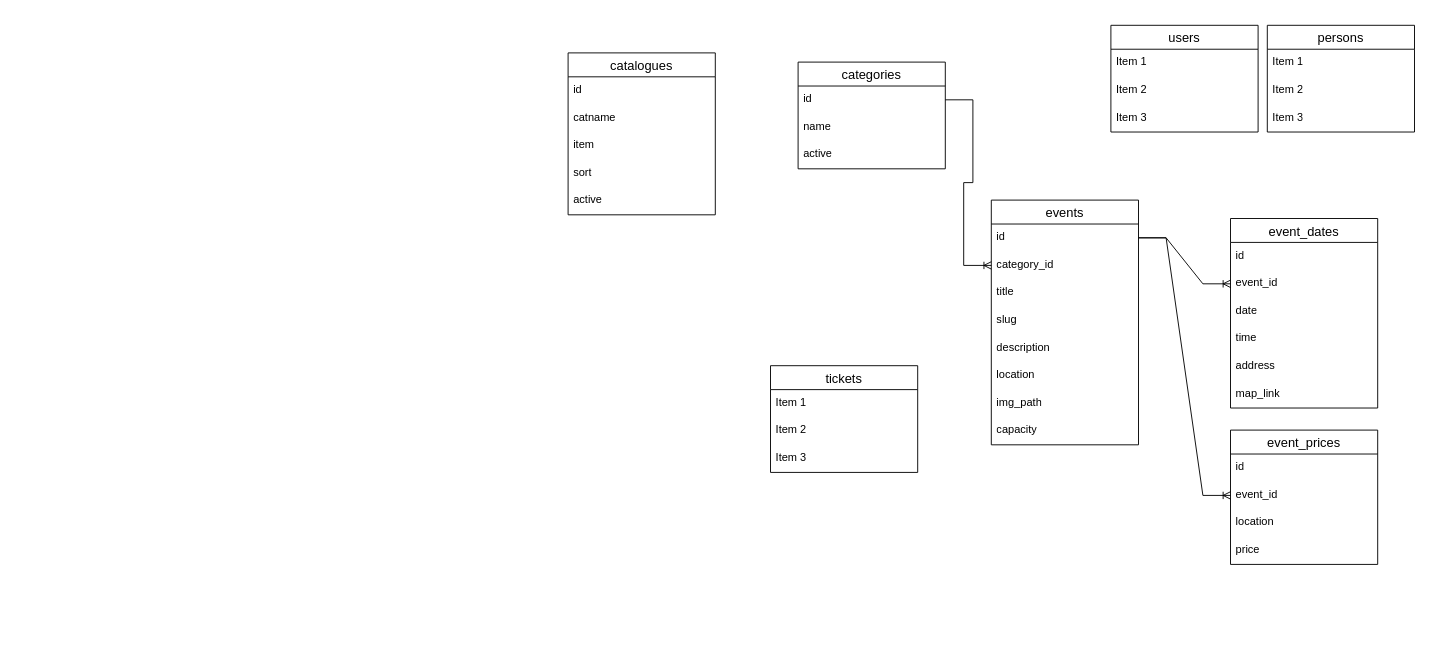
Before: tickets.drawio in programwoft/test-repo, a draw.io diagram. Source tidied: cells renumbered, new cells numbered last; positions are measured from the earlier drawing's top-left corner, leaving out a move shared by most shapes. Both pictures are drawn from the tidied source at 92%, with x=0, y=0 at pixel (568, 25).
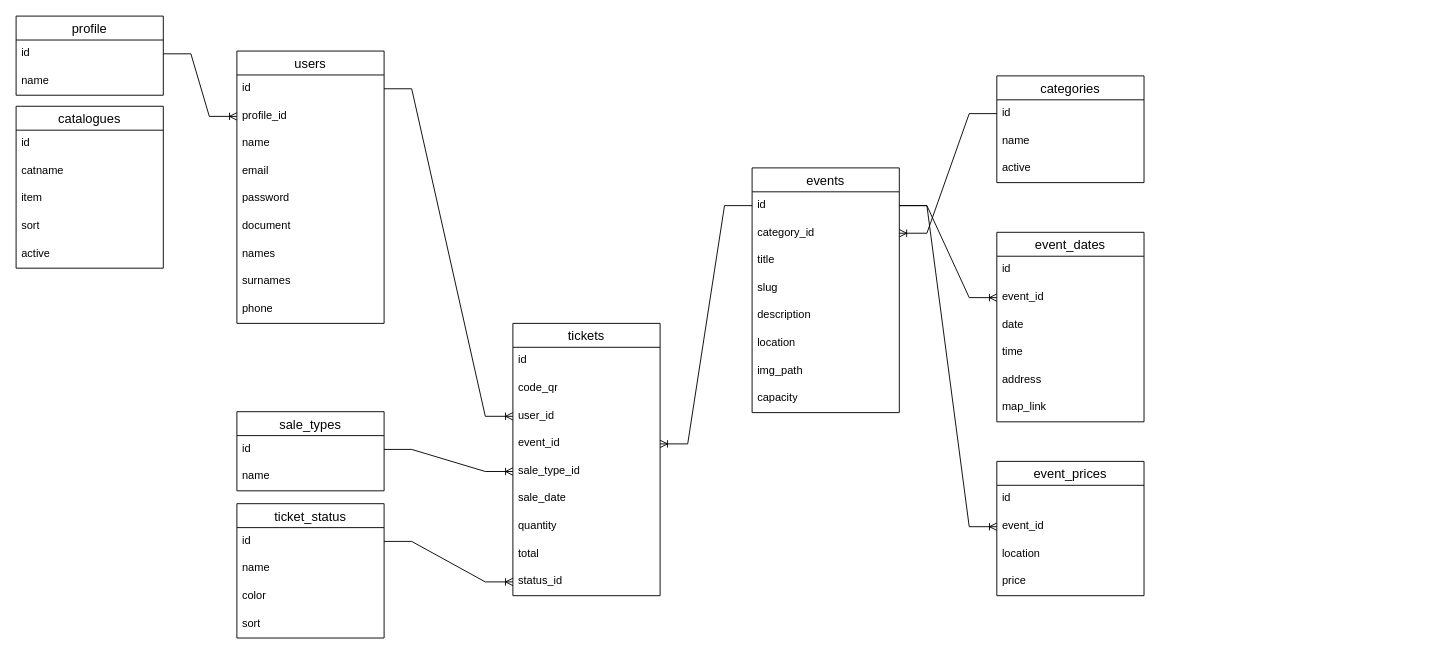
The same page after the edit.

Commit message:
Nuevas tablas

Unchanged cells that the change refers to:
```xml
<mxCell id="11" value="id" style="text;strokeColor=none;fillColor=none;spacingLeft=4;spacingRight=4;overflow=hidden;points=[[0,0.5],[1,0.5]];portConstraint=eastwest;fontSize=12;whiteSpace=wrap;html=1;" parent="10" vertex="1">
  <mxGeometry y="26" width="160" height="30" as="geometry" />
</mxCell>
```

The edit, as a diff of the source:
```diff
@@
     <mxCell id="2" value="users" style="swimlane;fontStyle=0;horizontal=1;startSize=26;align=center;fontSize=14;" parent="1" vertex="1">
-      <mxGeometry x="590" width="160" height="116" as="geometry" />
+      <mxGeometry x="-360" y="28" width="160" height="296" as="geometry" />
     </mxCell>
-    <mxCell id="3" value="Item 1" style="text;strokeColor=none;fillColor=none;spacingLeft=4;spacingRight=4;overflow=hidden;points=[[0,0.5],[1,0.5]];portConstraint=eastwest;fontSize=12;whiteSpace=wrap;html=1;" parent="2" vertex="1">
+    <mxCell id="3" value="id" style="text;strokeColor=none;fillColor=none;spacingLeft=4;spacingRight=4;overflow=hidden;points=[[0,0.5],[1,0.5]];portConstraint=eastwest;fontSize=12;whiteSpace=wrap;html=1;" parent="2" vertex="1">
       <mxGeometry y="26" width="160" height="30" as="geometry" />
     </mxCell>
+    <mxCell id="48" value="profile_id" style="text;strokeColor=none;fillColor=none;spacingLeft=4;spacingRight=4;overflow=hidden;points=[[0,0.5],[1,0.5]];portConstraint=eastwest;fontSize=12;whiteSpace=wrap;html=1;" parent="2" vertex="1">
+      <mxGeometry y="56" width="160" height="30" as="geometry" />
+    </mxCell>
-    <mxCell id="4" value="Item 2" style="text;strokeColor=none;fillColor=none;spacingLeft=4;spacingRight=4;overflow=hidden;fontSize=12;whiteSpace=wrap;html=1;" parent="2" vertex="1">
-      <mxGeometry y="56" width="160" height="30" as="geometry" />
+    <mxCell id="4" value="name" style="text;strokeColor=none;fillColor=none;spacingLeft=4;spacingRight=4;overflow=hidden;fontSize=12;whiteSpace=wrap;html=1;" parent="2" vertex="1">
+      <mxGeometry y="86" width="160" height="30" as="geometry" />
     </mxCell>
-    <mxCell id="5" value="Item 3" style="text;strokeColor=none;fillColor=none;spacingLeft=4;spacingRight=4;overflow=hidden;fontSize=12;whiteSpace=wrap;html=1;" parent="2" vertex="1">
-      <mxGeometry y="86" width="160" height="30" as="geometry" />
+    <mxCell id="5" value="email" style="text;strokeColor=none;fillColor=none;spacingLeft=4;spacingRight=4;overflow=hidden;fontSize=12;whiteSpace=wrap;html=1;" parent="2" vertex="1">
+      <mxGeometry y="116" width="160" height="30" as="geometry" />
     </mxCell>
+    <mxCell id="49" value="password" style="text;strokeColor=none;fillColor=none;spacingLeft=4;spacingRight=4;overflow=hidden;fontSize=12;whiteSpace=wrap;html=1;" parent="2" vertex="1">
+      <mxGeometry y="146" width="160" height="30" as="geometry" />
+    </mxCell>
+    <mxCell id="50" value="document" style="text;strokeColor=none;fillColor=none;spacingLeft=4;spacingRight=4;overflow=hidden;fontSize=12;whiteSpace=wrap;html=1;" parent="2" vertex="1">
+      <mxGeometry y="176" width="160" height="30" as="geometry" />
+    </mxCell>
+    <mxCell id="51" value="names" style="text;strokeColor=none;fillColor=none;spacingLeft=4;spacingRight=4;overflow=hidden;fontSize=12;whiteSpace=wrap;html=1;" parent="2" vertex="1">
+      <mxGeometry y="206" width="160" height="30" as="geometry" />
+    </mxCell>
+    <mxCell id="52" value="surnames" style="text;strokeColor=none;fillColor=none;spacingLeft=4;spacingRight=4;overflow=hidden;fontSize=12;whiteSpace=wrap;html=1;" parent="2" vertex="1">
+      <mxGeometry y="236" width="160" height="30" as="geometry" />
+    </mxCell>
+    <mxCell id="53" value="phone" style="text;strokeColor=none;fillColor=none;spacingLeft=4;spacingRight=4;overflow=hidden;fontSize=12;whiteSpace=wrap;html=1;" parent="2" vertex="1">
+      <mxGeometry y="266" width="160" height="30" as="geometry" />
+    </mxCell>
-    <mxCell id="6" value="persons" style="swimlane;fontStyle=0;horizontal=1;startSize=26;align=center;fontSize=14;" parent="1" vertex="1">
-      <mxGeometry x="760" width="160" height="116" as="geometry" />
+    <mxCell id="6" value="profile" style="swimlane;fontStyle=0;horizontal=1;startSize=26;align=center;fontSize=14;" parent="1" vertex="1">
+      <mxGeometry x="-600" y="-10" width="160" height="86" as="geometry" />
     </mxCell>
-    <mxCell id="7" value="Item 1" style="text;strokeColor=none;fillColor=none;spacingLeft=4;spacingRight=4;overflow=hidden;points=[[0,0.5],[1,0.5]];portConstraint=eastwest;fontSize=12;whiteSpace=wrap;html=1;" parent="6" vertex="1">
+    <mxCell id="7" value="id" style="text;strokeColor=none;fillColor=none;spacingLeft=4;spacingRight=4;overflow=hidden;points=[[0,0.5],[1,0.5]];portConstraint=eastwest;fontSize=12;whiteSpace=wrap;html=1;" parent="6" vertex="1">
       <mxGeometry y="26" width="160" height="30" as="geometry" />
     </mxCell>
-    <mxCell id="8" value="Item 2" style="text;strokeColor=none;fillColor=none;spacingLeft=4;spacingRight=4;overflow=hidden;fontSize=12;whiteSpace=wrap;html=1;" parent="6" vertex="1">
-      <mxGeometry y="56" width="160" height="30" as="geometry" />
-    </mxCell>
-    <mxCell id="9" value="Item 3" style="text;strokeColor=none;fillColor=none;spacingLeft=4;spacingRight=4;overflow=hidden;fontSize=12;whiteSpace=wrap;html=1;" parent="6" vertex="1">
-      <mxGeometry y="86" width="160" height="30" as="geometry" />
-    </mxCell>
+    <mxCell id="54" value="name" style="text;strokeColor=none;fillColor=none;spacingLeft=4;spacingRight=4;overflow=hidden;fontSize=12;whiteSpace=wrap;html=1;" parent="6" vertex="1">
+      <mxGeometry y="56" width="160" height="30" as="geometry" />
+    </mxCell>
     <mxCell id="10" value="events" style="swimlane;fontStyle=0;horizontal=1;startSize=26;align=center;fontSize=14;" parent="1" vertex="1">
-      <mxGeometry x="460" y="190" width="160" height="266" as="geometry" />
+      <mxGeometry x="200" y="155" width="160" height="266" as="geometry" />
     </mxCell>
@@
     <mxCell id="19" value="tickets" style="swimlane;fontStyle=0;horizontal=1;startSize=26;align=center;fontSize=14;" parent="1" vertex="1">
-      <mxGeometry x="220" y="370" width="160" height="116" as="geometry" />
+      <mxGeometry x="-60" y="324" width="160" height="296" as="geometry" />
     </mxCell>
-    <mxCell id="20" value="Item 1" style="text;strokeColor=none;fillColor=none;spacingLeft=4;spacingRight=4;overflow=hidden;fontSize=12;whiteSpace=wrap;html=1;" parent="19" vertex="1">
+    <mxCell id="20" value="id" style="text;strokeColor=none;fillColor=none;spacingLeft=4;spacingRight=4;overflow=hidden;fontSize=12;whiteSpace=wrap;html=1;" parent="19" vertex="1">
       <mxGeometry y="26" width="160" height="30" as="geometry" />
     </mxCell>
+    <mxCell id="55" value="code_qr" style="text;strokeColor=none;fillColor=none;spacingLeft=4;spacingRight=4;overflow=hidden;fontSize=12;whiteSpace=wrap;html=1;" parent="19" vertex="1">
+      <mxGeometry y="56" width="160" height="30" as="geometry" />
+    </mxCell>
-    <mxCell id="21" value="Item 2" style="text;strokeColor=none;fillColor=none;spacingLeft=4;spacingRight=4;overflow=hidden;points=[[0,0.5],[1,0.5]];portConstraint=eastwest;fontSize=12;whiteSpace=wrap;html=1;" parent="19" vertex="1">
-      <mxGeometry y="56" width="160" height="30" as="geometry" />
+    <mxCell id="21" value="user_id" style="text;strokeColor=none;fillColor=none;spacingLeft=4;spacingRight=4;overflow=hidden;points=[[0,0.5],[1,0.5]];portConstraint=eastwest;fontSize=12;whiteSpace=wrap;html=1;" parent="19" vertex="1">
+      <mxGeometry y="86" width="160" height="30" as="geometry" />
     </mxCell>
-    <mxCell id="22" value="Item 3" style="text;strokeColor=none;fillColor=none;spacingLeft=4;spacingRight=4;overflow=hidden;points=[[0,0.5],[1,0.5]];portConstraint=eastwest;fontSize=12;whiteSpace=wrap;html=1;" parent="19" vertex="1">
-      <mxGeometry y="86" width="160" height="30" as="geometry" />
+    <mxCell id="22" value="event_id" style="text;strokeColor=none;fillColor=none;spacingLeft=4;spacingRight=4;overflow=hidden;points=[[0,0.5],[1,0.5]];portConstraint=eastwest;fontSize=12;whiteSpace=wrap;html=1;" parent="19" vertex="1">
+      <mxGeometry y="116" width="160" height="30" as="geometry" />
     </mxCell>
+    <mxCell id="56" value="sale_type_id" style="text;strokeColor=none;fillColor=none;spacingLeft=4;spacingRight=4;overflow=hidden;points=[[0,0.5],[1,0.5]];portConstraint=eastwest;fontSize=12;whiteSpace=wrap;html=1;" parent="19" vertex="1">
+      <mxGeometry y="146" width="160" height="30" as="geometry" />
+    </mxCell>
+    <mxCell id="57" value="sale_date" style="text;strokeColor=none;fillColor=none;spacingLeft=4;spacingRight=4;overflow=hidden;fontSize=12;whiteSpace=wrap;html=1;" parent="19" vertex="1">
+      <mxGeometry y="176" width="160" height="30" as="geometry" />
+    </mxCell>
+    <mxCell id="58" value="quantity" style="text;strokeColor=none;fillColor=none;spacingLeft=4;spacingRight=4;overflow=hidden;fontSize=12;whiteSpace=wrap;html=1;" parent="19" vertex="1">
+      <mxGeometry y="206" width="160" height="30" as="geometry" />
+    </mxCell>
+    <mxCell id="59" value="total" style="text;strokeColor=none;fillColor=none;spacingLeft=4;spacingRight=4;overflow=hidden;fontSize=12;whiteSpace=wrap;html=1;" parent="19" vertex="1">
+      <mxGeometry y="236" width="160" height="30" as="geometry" />
+    </mxCell>
+    <mxCell id="60" value="status_id" style="text;strokeColor=none;fillColor=none;spacingLeft=4;spacingRight=4;overflow=hidden;points=[[0,0.5],[1,0.5]];portConstraint=eastwest;fontSize=12;whiteSpace=wrap;html=1;" parent="19" vertex="1">
+      <mxGeometry y="266" width="160" height="30" as="geometry" />
+    </mxCell>
     <mxCell id="23" value="categories" style="swimlane;fontStyle=0;horizontal=1;startSize=26;align=center;fontSize=14;" parent="1" vertex="1">
-      <mxGeometry x="250" y="40" width="160" height="116" as="geometry" />
+      <mxGeometry x="466" y="55" width="160" height="116" as="geometry" />
     </mxCell>
@@
     <mxCell id="27" value="event_dates" style="swimlane;fontStyle=0;horizontal=1;startSize=26;align=center;fontSize=14;" parent="1" vertex="1">
-      <mxGeometry x="720" y="210" width="160" height="206" as="geometry" />
+      <mxGeometry x="466" y="225" width="160" height="206" as="geometry" />
     </mxCell>
@@
     <mxCell id="36" value="event_prices" style="swimlane;fontStyle=0;horizontal=1;startSize=26;align=center;fontSize=14;" parent="1" vertex="1">
-      <mxGeometry x="720" y="440" width="160" height="146" as="geometry" />
+      <mxGeometry x="466" y="474" width="160" height="146" as="geometry" />
     </mxCell>
@@
     <mxCell id="42" value="catalogues" style="swimlane;fontStyle=0;horizontal=1;startSize=26;align=center;fontSize=14;" parent="1" vertex="1">
-      <mxGeometry y="30" width="160" height="176" as="geometry" />
+      <mxGeometry x="-600" y="88" width="160" height="176" as="geometry" />
     </mxCell>
@@
+    <mxCell id="61" style="edgeStyle=entityRelationEdgeStyle;fontSize=12;html=1;endArrow=ERoneToMany;rounded=0;entryX=1;entryY=0.5;entryDx=0;entryDy=0;" parent="1" edge="1" source="11" target="22">
+      <mxGeometry relative="1" as="geometry">
+        <Array as="points">
+          <mxPoint x="20" y="446" />
+        </Array>
+      </mxGeometry>
+    </mxCell>
+    <mxCell id="62" style="edgeStyle=entityRelationEdgeStyle;fontSize=12;html=1;endArrow=ERoneToMany;rounded=0;" parent="1" edge="1" source="3" target="21">
+      <mxGeometry relative="1" as="geometry" />
+    </mxCell>
+    <mxCell id="63" value="sale_types" style="swimlane;fontStyle=0;horizontal=1;startSize=26;align=center;fontSize=14;" parent="1" vertex="1">
+      <mxGeometry x="-360" y="420" width="160" height="86" as="geometry" />
+    </mxCell>
+    <mxCell id="64" value="id" style="text;strokeColor=none;fillColor=none;spacingLeft=4;spacingRight=4;overflow=hidden;points=[[0,0.5],[1,0.5]];portConstraint=eastwest;fontSize=12;whiteSpace=wrap;html=1;" parent="63" vertex="1">
+      <mxGeometry y="26" width="160" height="30" as="geometry" />
+    </mxCell>
+    <mxCell id="65" value="name" style="text;strokeColor=none;fillColor=none;spacingLeft=4;spacingRight=4;overflow=hidden;fontSize=12;whiteSpace=wrap;html=1;" parent="63" vertex="1">
+      <mxGeometry y="56" width="160" height="30" as="geometry" />
+    </mxCell>
+    <mxCell id="66" value="ticket_status" style="swimlane;fontStyle=0;horizontal=1;startSize=26;align=center;fontSize=14;" parent="1" vertex="1">
+      <mxGeometry x="-360" y="520" width="160" height="146" as="geometry" />
+    </mxCell>
+    <mxCell id="67" value="id" style="text;strokeColor=none;fillColor=none;spacingLeft=4;spacingRight=4;overflow=hidden;points=[[0,0.5],[1,0.5]];portConstraint=eastwest;fontSize=12;whiteSpace=wrap;html=1;" parent="66" vertex="1">
+      <mxGeometry y="26" width="160" height="30" as="geometry" />
+    </mxCell>
+    <mxCell id="68" value="name" style="text;strokeColor=none;fillColor=none;spacingLeft=4;spacingRight=4;overflow=hidden;fontSize=12;whiteSpace=wrap;html=1;" parent="66" vertex="1">
+      <mxGeometry y="56" width="160" height="30" as="geometry" />
+    </mxCell>
+    <mxCell id="69" value="color" style="text;strokeColor=none;fillColor=none;spacingLeft=4;spacingRight=4;overflow=hidden;fontSize=12;whiteSpace=wrap;html=1;" parent="66" vertex="1">
+      <mxGeometry y="86" width="160" height="30" as="geometry" />
+    </mxCell>
+    <mxCell id="70" value="sort" style="text;strokeColor=none;fillColor=none;spacingLeft=4;spacingRight=4;overflow=hidden;fontSize=12;whiteSpace=wrap;html=1;" parent="66" vertex="1">
+      <mxGeometry y="116" width="160" height="30" as="geometry" />
+    </mxCell>
+    <mxCell id="71" style="edgeStyle=entityRelationEdgeStyle;fontSize=12;html=1;endArrow=ERoneToMany;rounded=0;" parent="1" edge="1" source="67" target="60">
+      <mxGeometry relative="1" as="geometry" />
+    </mxCell>
+    <mxCell id="72" style="edgeStyle=entityRelationEdgeStyle;fontSize=12;html=1;endArrow=ERoneToMany;rounded=0;" parent="1" edge="1" source="64" target="56">
+      <mxGeometry relative="1" as="geometry" />
+    </mxCell>
+    <mxCell id="73" style="edgeStyle=entityRelationEdgeStyle;fontSize=12;html=1;endArrow=ERoneToMany;rounded=0;" parent="1" edge="1" source="7" target="48">
+      <mxGeometry relative="1" as="geometry" />
+    </mxCell>
```
